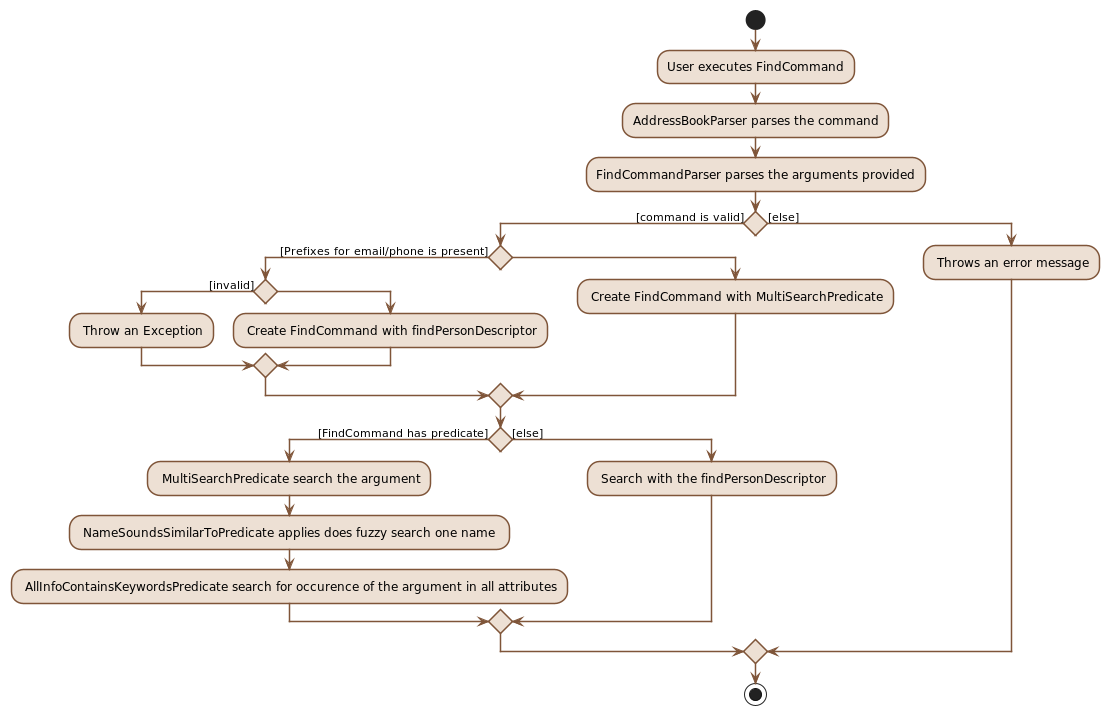
Before: docs/images/FindCommandActivityDiagram.png, a diagram exported from PlantUML (nus-cs2103-AY2223S1/tp).
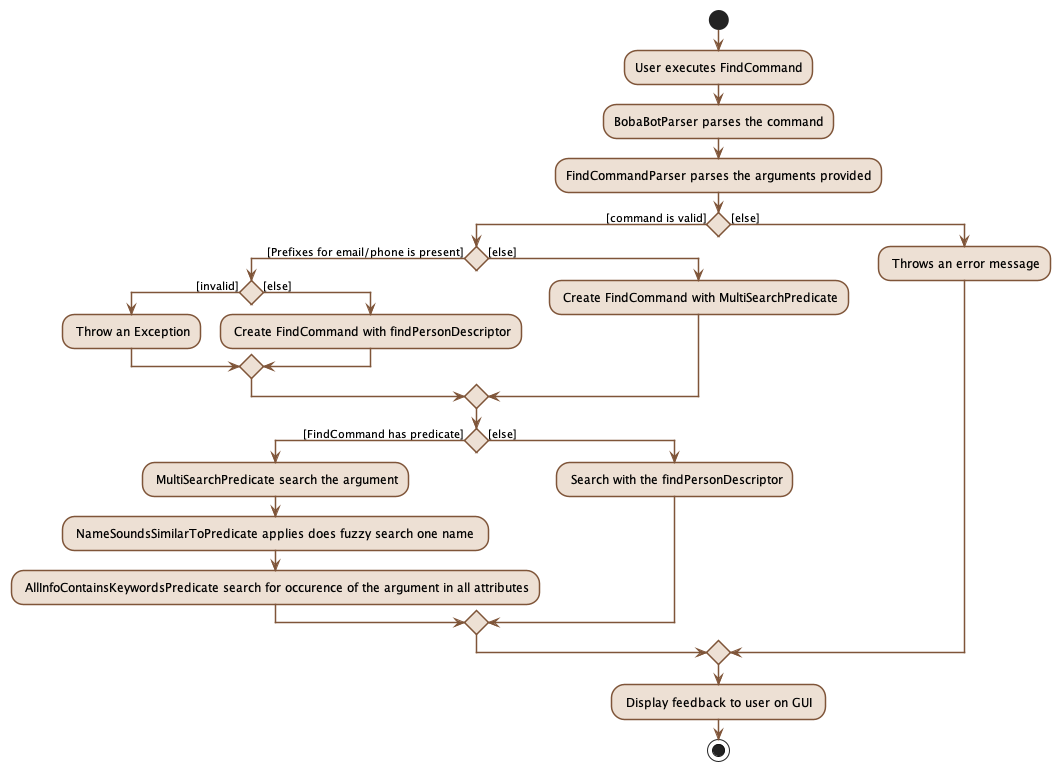
Later version of the same file.

Diff of the diagram source:
```diff
@@ -7,17 +7,17 @@
     arrowColor #7F5539
 }
 :User executes FindCommand;
-:AddressBookParser parses the command;
+:BobaBotParser parses the command;
 :FindCommandParser parses the arguments provided;
 if () then ([command is valid])
     if () then ([Prefixes for email/phone is present])
 
         if () then ([invalid])
             : Throw an Exception;
-        else
+        else ([else])
             : Create FindCommand with findPersonDescriptor;
         endif
-    else
+    else ([else])
         : Create FindCommand with MultiSearchPredicate;
     endif
     if () then ([FindCommand has predicate])
@@ -30,5 +30,6 @@
 else ([else])
     : Throws an error message;
 endif
+: Display feedback to user on GUI ;
 stop
 @enduml
```
